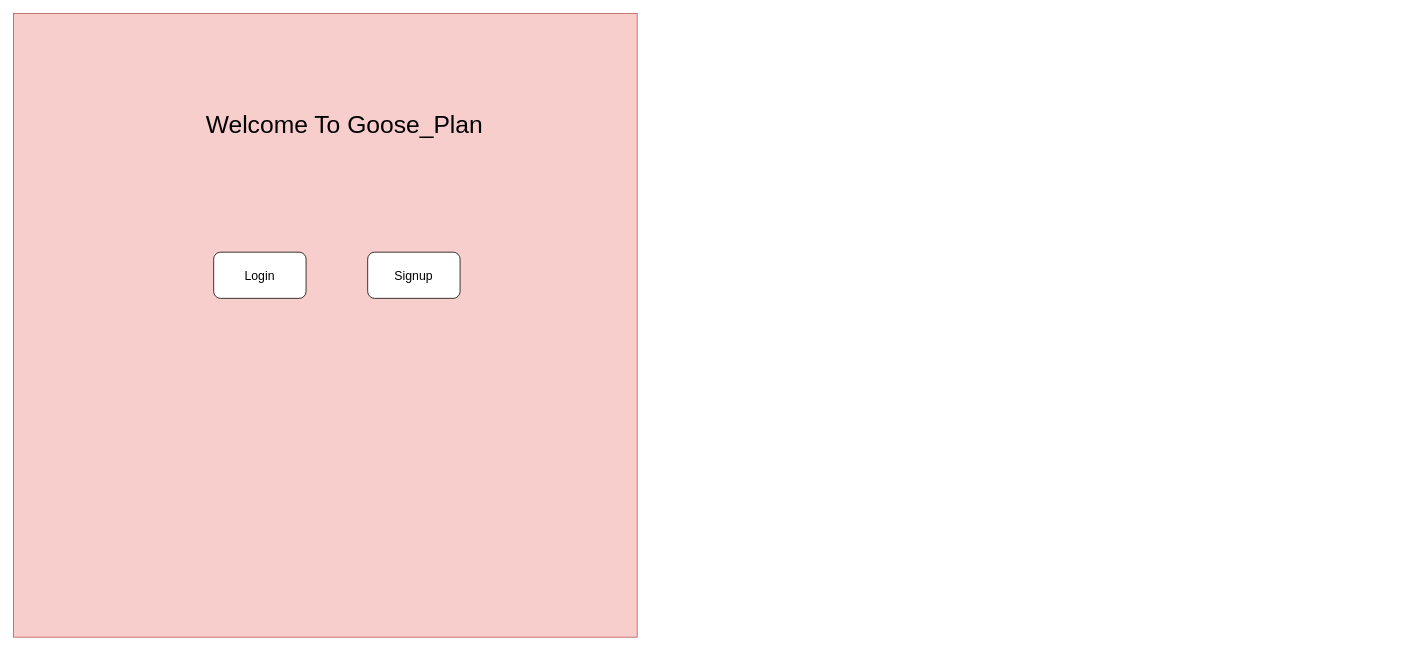
Above: Untitled Diagram.drawio in bengraham-B/L3T14 (draw.io), before the change. Source tidied: cells renumbered, new cells numbered last; positions are measured from the earlier drawing's top-left corner, leaving out a move shared by most shapes. Both pictures are drawn from the tidied source at 77%, with x=0, y=0 at pixel (13, 13).
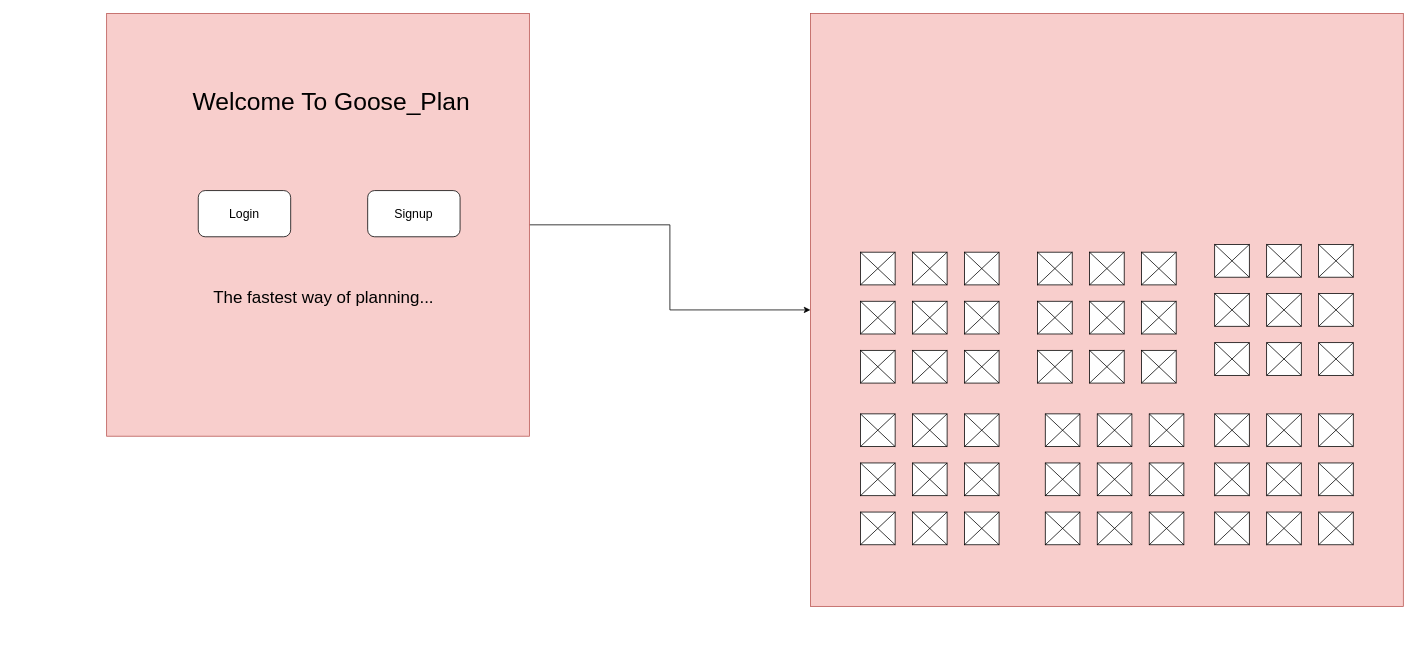
After the change.

Diff of the diagram source:
```diff
@@
 <mxGraphModel>
   <root>
     <mxCell id="0" />
     <mxCell id="1" parent="0" />
+    <mxCell id="6" style="edgeStyle=orthogonalEdgeStyle;rounded=0;jettySize=auto;html=1;entryX=0;entryY=0.5;entryDx=0;entryDy=0;" parent="1" edge="1" source="2" target="9">
+      <mxGeometry relative="1" as="geometry" />
+    </mxCell>
     <mxCell id="2" style="whiteSpace=wrap;html=1;fillColor=#f8cecc;strokeColor=#b85450;" parent="1" vertex="1">
-      <mxGeometry width="810" height="810" as="geometry" />
+      <mxGeometry x="121" width="549" height="549" as="geometry" />
     </mxCell>
     <mxCell id="3" value="Login" style="rounded=1;whiteSpace=wrap;html=1;fontSize=16;" parent="1" vertex="1">
-      <mxGeometry x="260" y="310" width="120" height="60" as="geometry" />
+      <mxGeometry x="240" y="230" width="120" height="60" as="geometry" />
     </mxCell>
     <mxCell id="4" value="Signup" style="rounded=1;whiteSpace=wrap;html=1;fontSize=16;" parent="1" vertex="1">
-      <mxGeometry x="460" y="310" width="120" height="60" as="geometry" />
+      <mxGeometry x="460" y="230" width="120" height="60" as="geometry" />
     </mxCell>
     <mxCell id="5" value="Welcome To Goose_Plan" style="text;strokeColor=none;align=center;fillColor=none;html=1;verticalAlign=middle;whiteSpace=wrap;rounded=0;fontSize=32;" parent="1" vertex="1">
-      <mxGeometry x="110" y="70" width="640" height="150" as="geometry" />
+      <mxGeometry x="93" y="40" width="640" height="150" as="geometry" />
     </mxCell>
+    <mxCell id="7" value="&lt;font style=&quot;font-size: 22px;&quot;&gt;The fastest way of planning...&lt;/font&gt;" style="text;strokeColor=none;align=center;fillColor=none;html=1;verticalAlign=middle;whiteSpace=wrap;rounded=0;fontSize=32;" parent="1" vertex="1">
+      <mxGeometry x="80" y="300" width="646" height="130" as="geometry" />
+    </mxCell>
+    <mxCell id="8" style="edgeStyle=orthogonalEdgeStyle;rounded=0;orthogonalLoop=1;jettySize=auto;html=1;exitX=0.5;exitY=1;exitDx=0;exitDy=0;" parent="1" edge="1" source="2" target="2">
+      <mxGeometry relative="1" as="geometry" />
+    </mxCell>
+    <mxCell id="9" style="whiteSpace=wrap;html=1;fillColor=#f8cecc;strokeColor=#b85450;" parent="1" vertex="1">
+      <mxGeometry x="1035" width="770" height="770" as="geometry" />
+    </mxCell>
+    <mxCell id="10" style="verticalLabelPosition=bottom;verticalAlign=top;html=1;shadow=0;dashed=0;strokeWidth=1;shape=mxgraph.ios.iIconGrid;gridSize=3,3;" parent="1" vertex="1">
+      <mxGeometry x="1560" y="520" width="180" height="170" as="geometry" />
+    </mxCell>
+    <mxCell id="11" style="verticalLabelPosition=bottom;verticalAlign=top;html=1;shadow=0;dashed=0;strokeWidth=1;shape=mxgraph.ios.iIconGrid;gridSize=3,3;" parent="1" vertex="1">
+      <mxGeometry x="1100" y="310" width="180" height="170" as="geometry" />
+    </mxCell>
+    <mxCell id="12" style="verticalLabelPosition=bottom;verticalAlign=top;html=1;shadow=0;dashed=0;strokeWidth=1;shape=mxgraph.ios.iIconGrid;gridSize=3,3;" parent="1" vertex="1">
+      <mxGeometry x="1560" y="300" width="180" height="170" as="geometry" />
+    </mxCell>
+    <mxCell id="13" style="verticalLabelPosition=bottom;verticalAlign=top;html=1;shadow=0;dashed=0;strokeWidth=1;shape=mxgraph.ios.iIconGrid;gridSize=3,3;" parent="1" vertex="1">
+      <mxGeometry x="1330" y="310" width="180" height="170" as="geometry" />
+    </mxCell>
+    <mxCell id="14" style="verticalLabelPosition=bottom;verticalAlign=top;html=1;shadow=0;dashed=0;strokeWidth=1;shape=mxgraph.ios.iIconGrid;gridSize=3,3;" parent="1" vertex="1">
+      <mxGeometry x="1340" y="520" width="180" height="170" as="geometry" />
+    </mxCell>
+    <mxCell id="15" style="verticalLabelPosition=bottom;verticalAlign=top;html=1;shadow=0;dashed=0;strokeWidth=1;shape=mxgraph.ios.iIconGrid;gridSize=3,3;" parent="1" vertex="1">
+      <mxGeometry x="1100" y="520" width="180" height="170" as="geometry" />
+    </mxCell>
   </root>
 </mxGraphModel>
```
